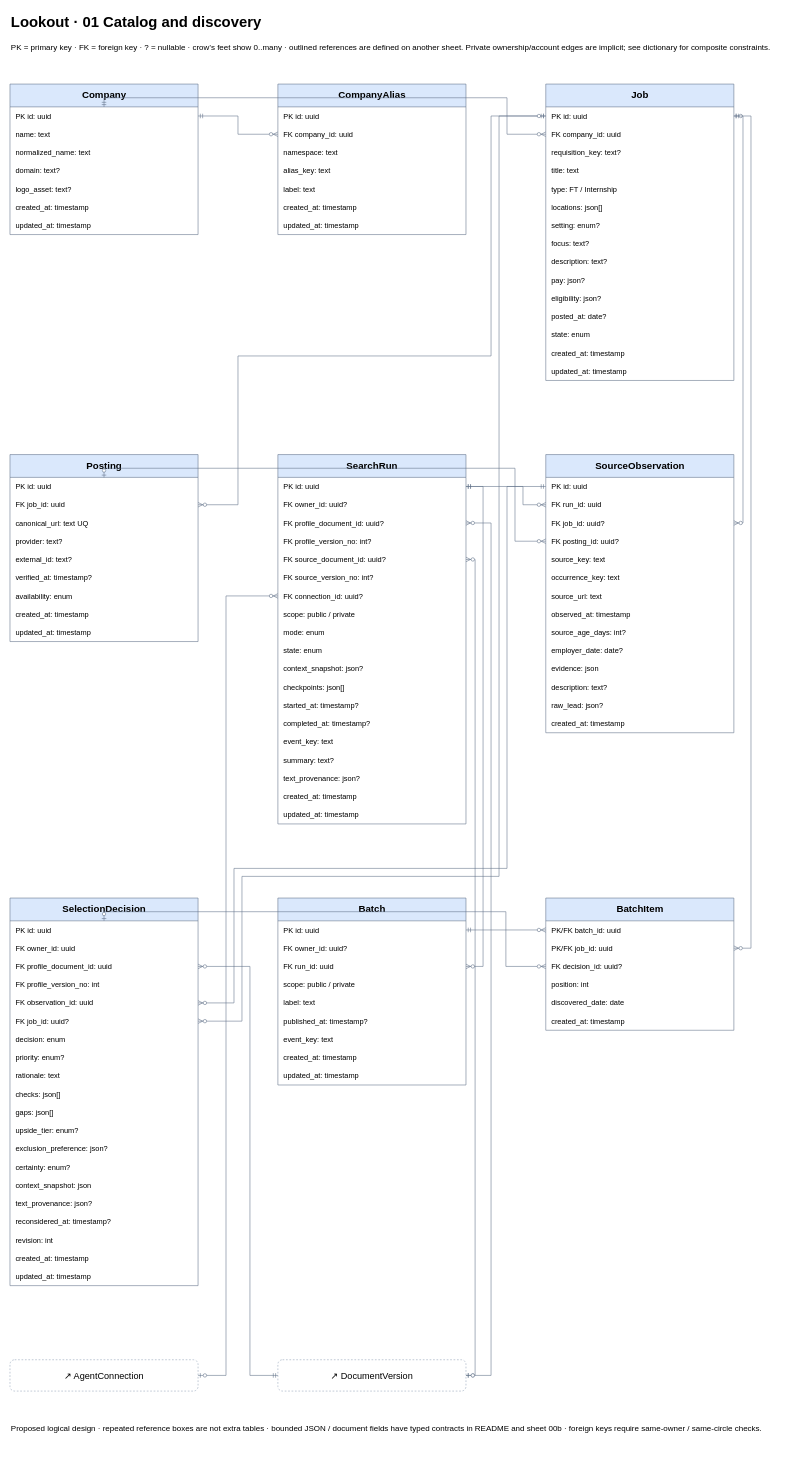
Above: page "01 Catalog and discovery" (4 of 10) of docs/schema-review/lookout-data-layer.drawio in wcia013twe/Lookout.job (draw.io), before the change. Source tidied: cells renumbered, new cells numbered last; positions are measured from the earlier drawing's top-left corner, leaving out a move shared by most shapes. Both pictures are drawn from the tidied source at 57%, with x=0, y=0 at pixel (10, 10).
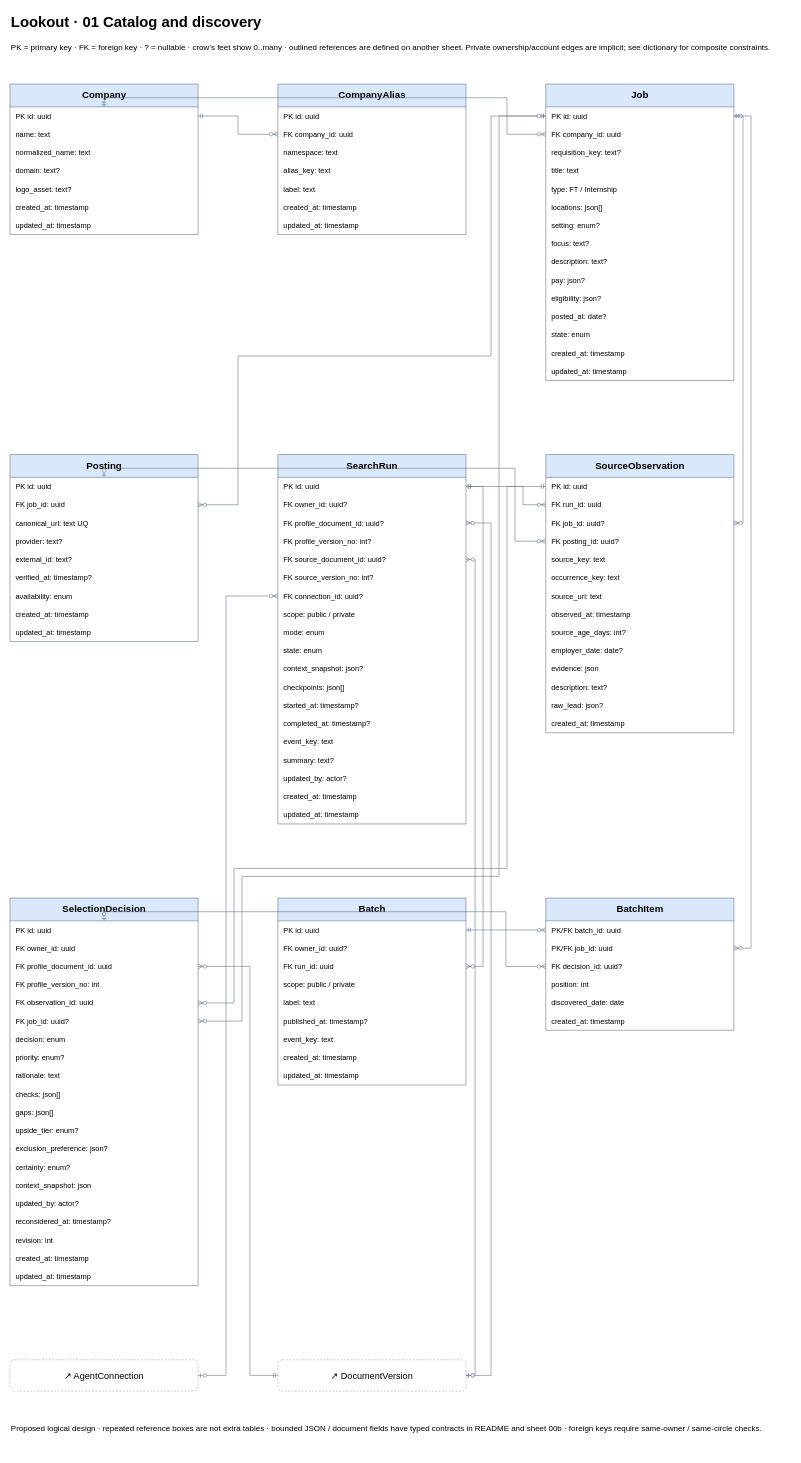
The same diagram, later.

The change refers to these unchanged cells:
```xml
<mxCell id="46" value="SearchRun" style="swimlane;html=1;startSize=40;horizontal=1;fontSize=17;fontStyle=1;fillColor=#dae8fc;strokeColor=#64748b;" parent="1" vertex="1">
  <mxGeometry x="470" y="780" width="330" height="648" as="geometry" />
</mxCell>
<mxCell id="81" value="SelectionDecision" style="swimlane;html=1;startSize=40;horizontal=1;fontSize=17;fontStyle=1;fillColor=#dae8fc;strokeColor=#64748b;" parent="1" vertex="1">
  <mxGeometry y="1558" width="330" height="680" as="geometry" />
</mxCell>
```

The edit, as a diff of the source:
```diff
@@
-    <mxCell id="63" value="text_provenance: json?" style="text;html=1;strokeColor=none;fillColor=none;align=left;verticalAlign=middle;spacingLeft=8;fontSize=13;whiteSpace=wrap;" parent="46" vertex="1">
+    <mxCell id="63" value="updated_by: actor?" style="text;html=1;strokeColor=none;fillColor=none;align=left;verticalAlign=middle;spacingLeft=8;fontSize=13;whiteSpace=wrap;" parent="46" vertex="1">
       <mxGeometry y="552" width="330" height="32" as="geometry" />
     </mxCell>
@@
-    <mxCell id="97" value="text_provenance: json?" style="text;html=1;strokeColor=none;fillColor=none;align=left;verticalAlign=middle;spacingLeft=8;fontSize=13;whiteSpace=wrap;" parent="81" vertex="1">
+    <mxCell id="97" value="updated_by: actor?" style="text;html=1;strokeColor=none;fillColor=none;align=left;verticalAlign=middle;spacingLeft=8;fontSize=13;whiteSpace=wrap;" parent="81" vertex="1">
       <mxGeometry y="520" width="330" height="32" as="geometry" />
     </mxCell>
```
